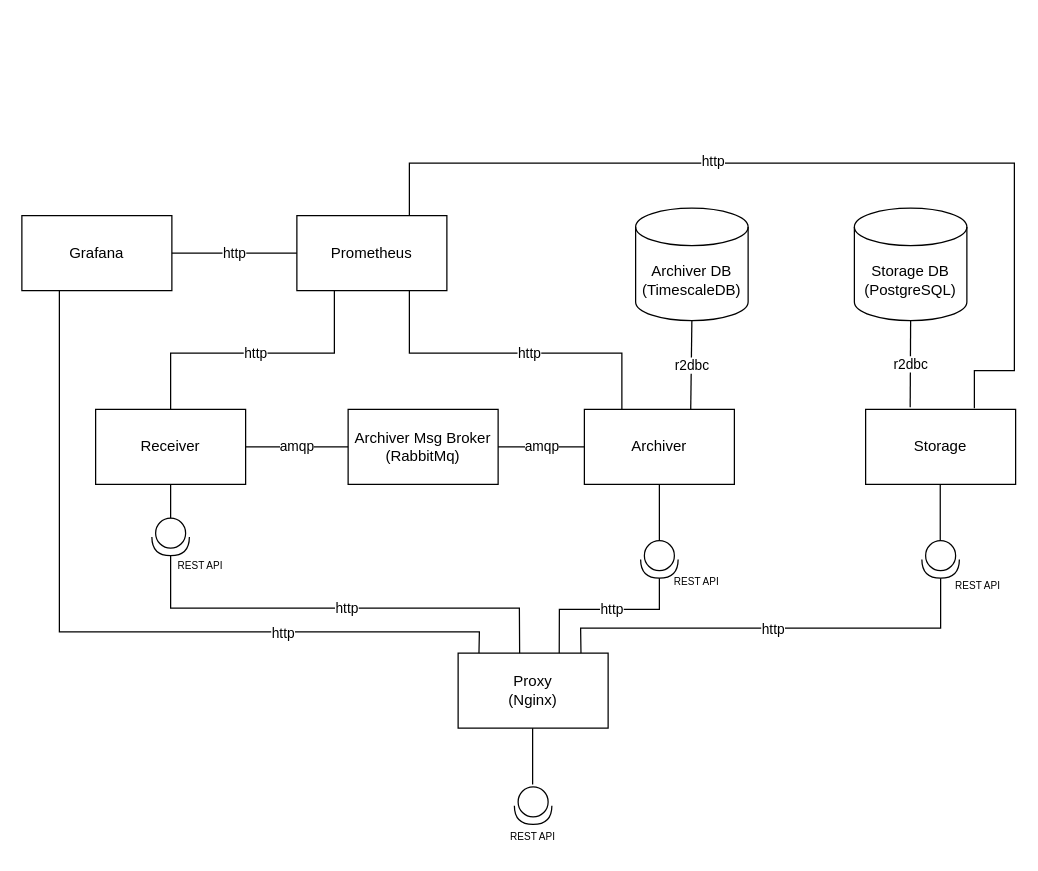
DSniatecki/location-tracker keeps this draw.io diagram as utils/docs/location-tracker-architecture.drawio. Above is the earlier version. Source tidied: cells renumbered, new cells numbered last; positions are measured from the earlier drawing's top-left corner, leaving out a move shared by most shapes. Both pictures are drawn from the tidied source at 125%, with x=0, y=0 at pixel (21, 162).
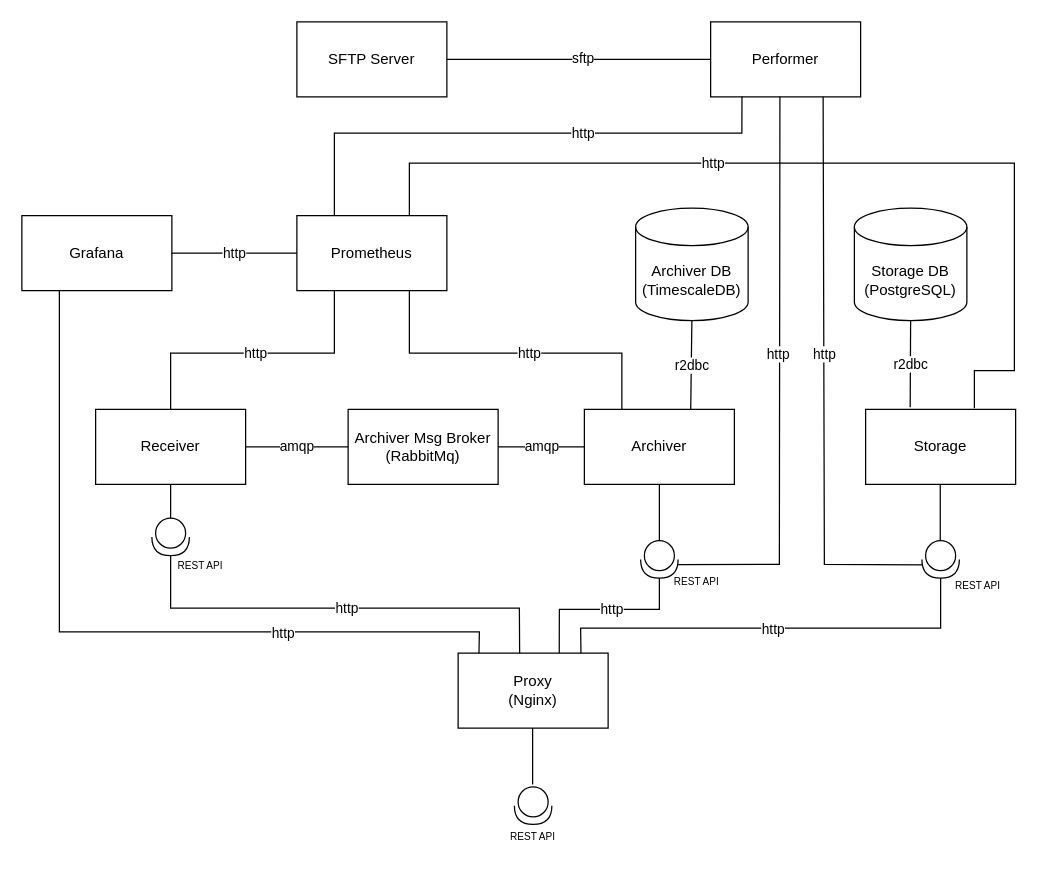
The same diagram, later.

The change refers to these unchanged cells:
```xml
<mxCell id="4" value="Prometheus" style="rounded=0;whiteSpace=wrap;html=1;" parent="1" vertex="1">
  <mxGeometry x="220" y="42" width="120" height="60" as="geometry" />
</mxCell>
<mxCell id="17" style="shape=providedRequiredInterface;html=1;verticalLabelPosition=bottom;sketch=0;rotation=90;" parent="1" vertex="1">
  <mxGeometry x="495" y="302" width="30" height="30" as="geometry" />
</mxCell>
<mxCell id="22" style="shape=providedRequiredInterface;html=1;verticalLabelPosition=bottom;sketch=0;rotation=90;" parent="1" vertex="1">
  <mxGeometry x="720" y="302" width="30" height="30" as="geometry" />
</mxCell>
<mxCell id="27" style="endArrow=none;html=1;rounded=0;entryX=0.75;entryY=0;entryDx=0;entryDy=0;" parent="1" edge="1" target="4">
  <mxGeometry relative="1" as="geometry">
    <mxPoint x="762" y="196" as="sourcePoint" />
    <Array as="points">
      <mxPoint x="762" y="166" />
      <mxPoint x="794" y="166" />
      <mxPoint x="794" y="70" />
      <mxPoint x="794" />
      <mxPoint x="310" />
    </Array>
  </mxGeometry>
</mxCell>
```

Diff of the diagram source:
```diff
@@
     <mxCell id="28" value="http" style="edgeLabel;html=1;align=center;verticalAlign=middle;" parent="27" vertex="1">
       <mxGeometry x="-0.19" y="-1" relative="1" as="geometry">
-        <mxPoint x="-165" y="-1" as="offset" />
+        <mxPoint x="-165" as="offset" />
       </mxGeometry>
     </mxCell>
@@
+    <mxCell id="41" value="Performer" style="rounded=0;whiteSpace=wrap;html=1;" parent="1" vertex="1">
+      <mxGeometry x="551" y="-113" width="120" height="60" as="geometry" />
+    </mxCell>
+    <mxCell id="42" value="SFTP Server" style="rounded=0;whiteSpace=wrap;html=1;" parent="1" vertex="1">
+      <mxGeometry x="220" y="-113" width="120" height="60" as="geometry" />
+    </mxCell>
+    <mxCell id="43" style="endArrow=none;html=1;rounded=0;exitX=0.64;exitY=0;exitDx=0;exitDy=0;exitPerimeter=0;entryX=0.462;entryY=0.994;entryDx=0;entryDy=0;entryPerimeter=0;" parent="1" edge="1" source="17" target="41">
+      <mxGeometry relative="1" as="geometry">
+        <Array as="points">
+          <mxPoint x="606" y="321" />
+          <mxPoint x="606" y="315" />
+        </Array>
+      </mxGeometry>
+    </mxCell>
+    <mxCell id="44" style="endArrow=none;html=1;rounded=0;exitX=0.648;exitY=0.996;exitDx=0;exitDy=0;exitPerimeter=0;entryX=0.75;entryY=1;entryDx=0;entryDy=0;" parent="1" edge="1" source="22" target="41">
+      <mxGeometry relative="1" as="geometry">
+        <Array as="points">
+          <mxPoint x="642" y="321" />
+        </Array>
+      </mxGeometry>
+    </mxCell>
+    <mxCell id="45" value="http" style="edgeLabel;html=1;align=center;verticalAlign=middle;" parent="1" vertex="1">
+      <mxGeometry x="604" y="152" as="geometry" />
+    </mxCell>
+    <mxCell id="46" value="http" style="edgeLabel;html=1;align=center;verticalAlign=middle;" parent="1" vertex="1">
+      <mxGeometry x="641" y="152" as="geometry" />
+    </mxCell>
+    <mxCell id="47" style="endArrow=none;html=1;rounded=0;exitX=0.25;exitY=0;exitDx=0;exitDy=0;entryX=0.209;entryY=0.996;entryDx=0;entryDy=0;entryPerimeter=0;" parent="1" edge="1" source="4" target="41">
+      <mxGeometry relative="1" as="geometry">
+        <Array as="points">
+          <mxPoint x="250" y="-24" />
+          <mxPoint x="495" y="-24" />
+          <mxPoint x="576" y="-24" />
+        </Array>
+      </mxGeometry>
+    </mxCell>
+    <mxCell id="48" style="endArrow=none;html=1;rounded=0;exitX=1;exitY=0.5;exitDx=0;exitDy=0;entryX=0;entryY=0.5;entryDx=0;entryDy=0;" parent="1" edge="1" source="42" target="41">
+      <mxGeometry relative="1" as="geometry" />
+    </mxCell>
+    <mxCell id="49" value="http" style="edgeLabel;html=1;align=center;verticalAlign=middle;" parent="1" vertex="1">
+      <mxGeometry x="629" y="159" as="geometry">
+        <mxPoint x="-181" y="-184" as="offset" />
+      </mxGeometry>
+    </mxCell>
+    <mxCell id="50" value="sftp" style="edgeLabel;html=1;align=center;verticalAlign=middle;" parent="1" vertex="1">
+      <mxGeometry x="448" y="-85" as="geometry" />
+    </mxCell>
```
